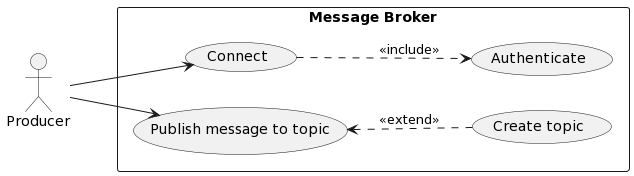
This is diagrams/use_prod.png from Marcel-MD/geo-distributed-message-broker, a PlantUML export, as it was before one commit.
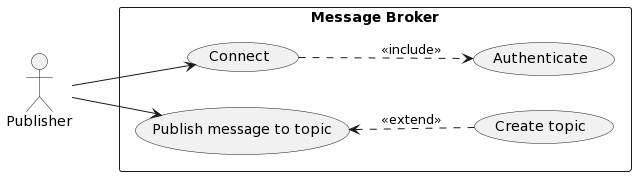
Above is the later version.

What changed in the source:
```diff
@@ -1,7 +1,7 @@
 @startuml
 left to right direction
 
-actor "Producer" as P
+actor "Publisher" as P
 
 rectangle "Message Broker" {
   usecase "Authenticate" as A
```
